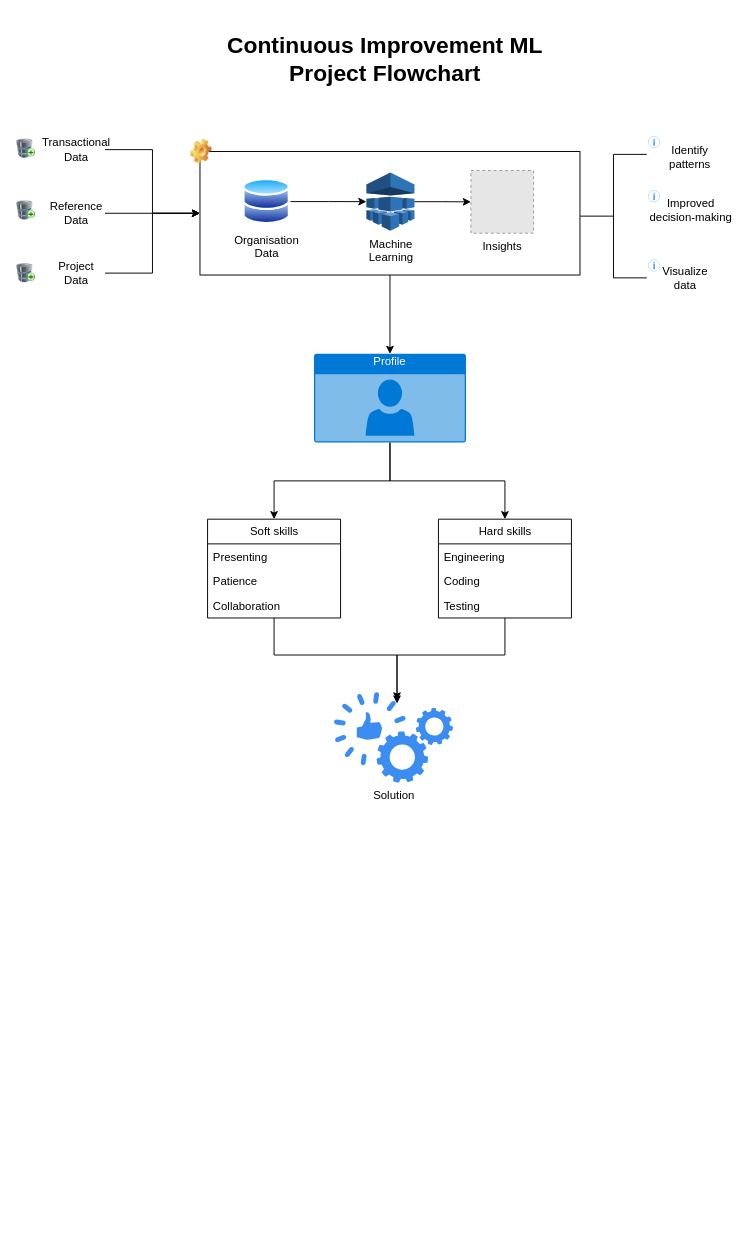
kwame-mintah/notes-md keeps this draw.io diagram as attachments/draw.io/continuous-improvement-ml-project.drawio. Above is the earlier version. Source tidied: cells renumbered, new cells numbered last; positions are measured from the earlier drawing's top-left corner, leaving out a move shared by most shapes. Both pictures are drawn from the tidied source at 95%, with x=0, y=0 at pixel (16, 30). Pictures stored in the file or linked from it are replaced by grey dashed boxes.
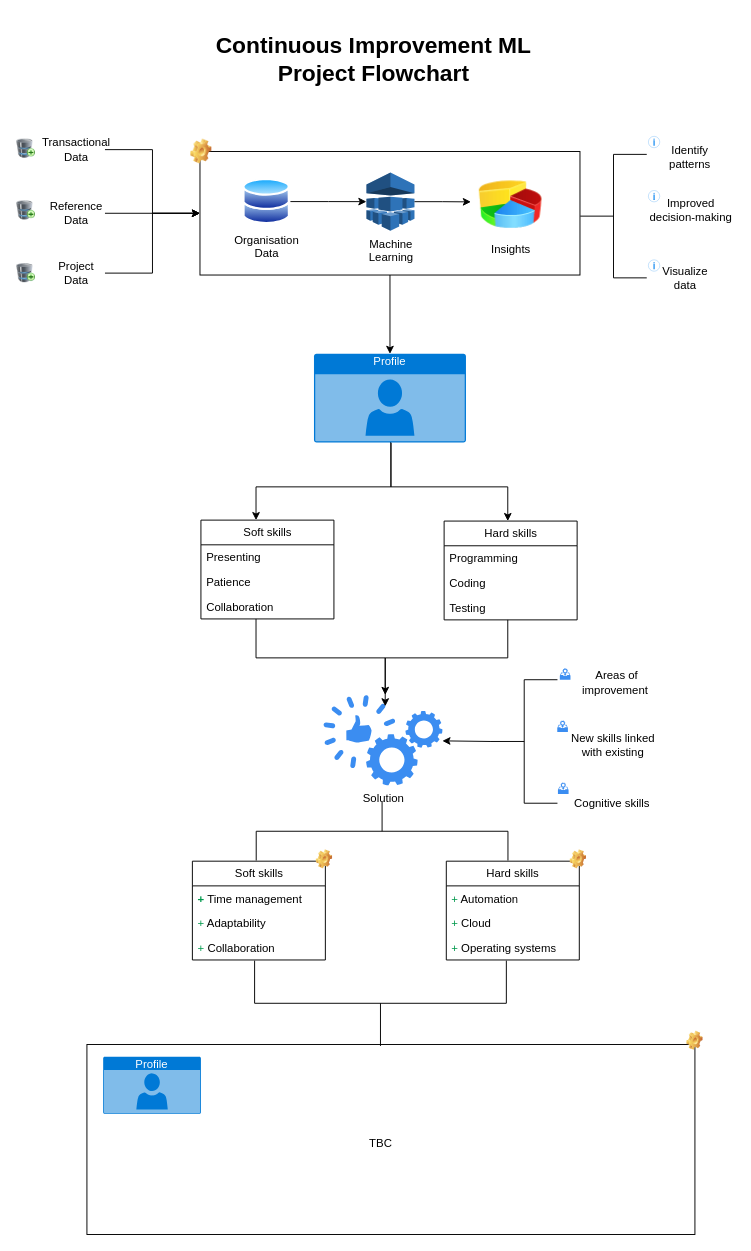
The same diagram, later.

Commit message (it also covers changes not shown here):
docs(attachments): expand further on flowchart for continous improvement idea

Unchanged cells that the change refers to:
```xml
<mxCell id="6" value="Profile" style="html=1;whiteSpace=wrap;strokeColor=none;fillColor=#0079D6;labelPosition=center;verticalLabelPosition=middle;verticalAlign=top;align=center;fontSize=12;outlineConnect=0;spacingTop=-6;fontColor=#FFFFFF;sketch=0;shape=mxgraph.sitemap.profile;" parent="1" vertex="1">
  <mxGeometry x="313" y="340" width="160" height="93.3" as="geometry" />
</mxCell>
<mxCell id="37" value="Machine&lt;br&gt;Learning" style="outlineConnect=0;dashed=0;verticalLabelPosition=bottom;verticalAlign=top;align=center;html=1;shape=mxgraph.aws3.machine_learning;fillColor=#2E73B8;gradientColor=none;" parent="1" vertex="1">
  <mxGeometry x="368.2" y="149" width="50.6" height="61.5" as="geometry" />
</mxCell>
```

Diff of the diagram source:
```diff
@@
     <mxCell id="3" value="&lt;h1&gt;Continuous Improvement ML Project Flowchart&lt;/h1&gt;" style="text;html=1;strokeColor=none;fillColor=none;align=center;verticalAlign=middle;whiteSpace=wrap;rounded=0;" parent="1" vertex="1">
-      <mxGeometry x="183.3" width="410" height="60" as="geometry" />
+      <mxGeometry x="171.3" width="410" height="60" as="geometry" />
     </mxCell>
     <mxCell id="4" style="edgeStyle=orthogonalEdgeStyle;rounded=0;jettySize=auto;html=1;" parent="1" edge="1" source="6" target="14">
-      <mxGeometry relative="1" as="geometry" />
+      <mxGeometry relative="1" as="geometry">
+        <Array as="points">
+          <mxPoint x="394" y="480" />
+          <mxPoint x="252" y="480" />
+        </Array>
+      </mxGeometry>
     </mxCell>
     <mxCell id="5" style="edgeStyle=orthogonalEdgeStyle;rounded=0;jettySize=auto;html=1;exitX=0.5;exitY=1;exitDx=0;exitDy=0;exitPerimeter=0;" parent="1" edge="1" source="6" target="18">
-      <mxGeometry relative="1" as="geometry" />
+      <mxGeometry relative="1" as="geometry">
+        <Array as="points">
+          <mxPoint x="394" y="433" />
+          <mxPoint x="394" y="480" />
+          <mxPoint x="517" y="480" />
+        </Array>
+      </mxGeometry>
     </mxCell>
@@
     <mxCell id="14" value="Soft skills" style="swimlane;fontStyle=0;horizontal=1;startSize=26;fillColor=none;html=1;" parent="1" vertex="1">
-      <mxGeometry x="201" y="514" width="140" height="104" as="geometry" />
+      <mxGeometry x="194" y="515" width="140" height="104" as="geometry" />
     </mxCell>
@@
     <mxCell id="18" value="&lt;div&gt;Hard skills&lt;/div&gt;" style="swimlane;fontStyle=0;horizontal=1;startSize=26;fillColor=none;html=1;" parent="1" vertex="1">
-      <mxGeometry x="444" y="514" width="140" height="104" as="geometry" />
+      <mxGeometry x="450" y="516" width="140" height="104" as="geometry" />
     </mxCell>
-    <mxCell id="19" value="Engineering" style="text;strokeColor=none;fillColor=none;align=left;verticalAlign=top;spacingLeft=4;spacingRight=4;overflow=hidden;whiteSpace=wrap;html=1;" parent="18" vertex="1">
+    <mxCell id="19" value="Programming" style="text;strokeColor=none;fillColor=none;align=left;verticalAlign=top;spacingLeft=4;spacingRight=4;overflow=hidden;whiteSpace=wrap;html=1;" parent="18" vertex="1">
       <mxGeometry y="26" width="140" height="26" as="geometry" />
     </mxCell>
@@
     <mxCell id="22" value="Solution" style="sketch=0;html=1;strokeColor=none;shadow=0;fillColor=#3B8DF1;verticalAlign=top;labelPosition=center;verticalLabelPosition=bottom;shape=mxgraph.gcp2.capabilities;" parent="1" vertex="1">
-      <mxGeometry x="334" y="696" width="125.3" height="95.2" as="geometry" />
+      <mxGeometry x="323" y="699" width="125.3" height="95.2" as="geometry" />
     </mxCell>
-    <mxCell id="23" style="edgeStyle=orthogonalEdgeStyle;rounded=0;jettySize=auto;html=1;entryX=0.53;entryY=0.092;entryDx=0;entryDy=0;entryPerimeter=0;" parent="1" edge="1" source="14" target="22">
-      <mxGeometry relative="1" as="geometry" />
+    <mxCell id="23" style="edgeStyle=orthogonalEdgeStyle;rounded=0;jettySize=auto;html=1;" parent="1" edge="1" source="14" target="22">
+      <mxGeometry relative="1" as="geometry">
+        <Array as="points">
+          <mxPoint x="252" y="660" />
+          <mxPoint x="388" y="660" />
+        </Array>
+      </mxGeometry>
     </mxCell>
-    <mxCell id="24" style="edgeStyle=orthogonalEdgeStyle;rounded=0;jettySize=auto;html=1;entryX=0.53;entryY=0.127;entryDx=0;entryDy=0;entryPerimeter=0;" parent="1" edge="1" source="18" target="22">
-      <mxGeometry relative="1" as="geometry" />
+    <mxCell id="24" style="edgeStyle=orthogonalEdgeStyle;rounded=0;jettySize=auto;html=1;" parent="1" edge="1" source="18">
+      <mxGeometry relative="1" as="geometry">
+        <mxPoint x="388" y="711" as="targetPoint" />
+        <Array as="points">
+          <mxPoint x="517" y="660" />
+          <mxPoint x="388" y="660" />
+        </Array>
+      </mxGeometry>
     </mxCell>
@@
+    <mxCell id="40" style="edgeStyle=orthogonalEdgeStyle;rounded=0;jettySize=auto;html=1;entryX=0;entryY=0.5;entryDx=0;entryDy=0;" parent="1" edge="1" source="37">
+      <mxGeometry relative="1" as="geometry">
+        <mxPoint x="478.2" y="180" as="targetPoint" />
+      </mxGeometry>
+    </mxCell>
+    <mxCell id="41" value="Soft skills" style="swimlane;fontStyle=0;horizontal=1;startSize=26;fillColor=none;html=1;" parent="1" vertex="1">
+      <mxGeometry x="185" y="874" width="140" height="104" as="geometry" />
+    </mxCell>
+    <mxCell id="42" value="&lt;font color=&quot;#00994d&quot;&gt;&lt;b&gt;+&lt;/b&gt;&lt;/font&gt; Time management" style="text;strokeColor=none;fillColor=none;align=left;verticalAlign=top;spacingLeft=4;spacingRight=4;overflow=hidden;whiteSpace=wrap;html=1;" parent="41" vertex="1">
+      <mxGeometry y="26" width="140" height="26" as="geometry" />
+    </mxCell>
+    <mxCell id="43" value="&lt;font color=&quot;#00994d&quot;&gt;+&lt;/font&gt; Adaptability" style="text;strokeColor=none;fillColor=none;align=left;verticalAlign=top;spacingLeft=4;spacingRight=4;overflow=hidden;whiteSpace=wrap;html=1;" parent="41" vertex="1">
+      <mxGeometry y="52" width="140" height="26" as="geometry" />
+    </mxCell>
+    <mxCell id="44" value="&lt;font color=&quot;#00994d&quot;&gt;+&lt;/font&gt; Collaboration" style="text;strokeColor=none;fillColor=none;align=left;verticalAlign=top;spacingLeft=4;spacingRight=4;overflow=hidden;whiteSpace=wrap;html=1;" parent="41" vertex="1">
+      <mxGeometry y="78" width="140" height="26" as="geometry" />
+    </mxCell>
+    <mxCell id="45" value="&lt;div&gt;Hard skills&lt;/div&gt;" style="swimlane;fontStyle=0;horizontal=1;startSize=26;fillColor=none;html=1;" parent="1" vertex="1">
+      <mxGeometry x="452.3" y="874" width="140" height="104" as="geometry" />
+    </mxCell>
+    <mxCell id="46" value="&lt;font color=&quot;#00994d&quot;&gt;+&lt;/font&gt; Automation" style="text;strokeColor=none;fillColor=none;align=left;verticalAlign=top;spacingLeft=4;spacingRight=4;overflow=hidden;whiteSpace=wrap;html=1;" parent="45" vertex="1">
+      <mxGeometry y="26" width="140" height="26" as="geometry" />
+    </mxCell>
+    <mxCell id="47" value="&lt;font color=&quot;#00994d&quot;&gt;+&lt;/font&gt; Cloud" style="text;strokeColor=none;fillColor=none;align=left;verticalAlign=top;spacingLeft=4;spacingRight=4;overflow=hidden;whiteSpace=wrap;html=1;" parent="45" vertex="1">
+      <mxGeometry y="52" width="140" height="26" as="geometry" />
+    </mxCell>
+    <mxCell id="48" value="&lt;font color=&quot;#00994d&quot;&gt;+&lt;/font&gt; Operating systems" style="text;strokeColor=none;fillColor=none;align=left;verticalAlign=top;spacingLeft=4;spacingRight=4;overflow=hidden;whiteSpace=wrap;html=1;" parent="45" vertex="1">
+      <mxGeometry y="78" width="140" height="26" as="geometry" />
+    </mxCell>
+    <mxCell id="49" style="strokeWidth=1;html=1;shape=mxgraph.flowchart.annotation_2;align=left;labelPosition=right;rotation=90;" parent="1" vertex="1">
+      <mxGeometry x="353.9" y="710" width="61.6" height="265" as="geometry" />
+    </mxCell>
+    <mxCell id="50" style="image;html=1;image=img/lib/clip_art/general/Gear_128x128.png;strokeWidth=1;" parent="1" vertex="1">
+      <mxGeometry x="581.3" y="862" width="20" height="20" as="geometry" />
+    </mxCell>
+    <mxCell id="51" style="image;html=1;image=img/lib/clip_art/general/Gear_128x128.png;strokeWidth=1;" parent="1" vertex="1">
+      <mxGeometry x="314" y="862" width="20" height="20" as="geometry" />
+    </mxCell>
-    <mxCell id="39" value="Insights" style="fillColor=#E6E6E6;strokeColor=#999999;dashed=1;html=1;verticalAlign=top;verticalLabelPosition=bottom;labelBackgroundColor=none;" parent="1" vertex="1">
-      <mxGeometry x="478.2" y="147" width="66" height="66" as="geometry" />
+    <mxCell id="39" value="&lt;font color=&quot;#000000&quot;&gt;Insights&lt;/font&gt;" style="image;html=1;image=img/lib/clip_art/finance/Pie_Chart_128x128.png;strokeWidth=1;fontColor=#00994D;" parent="1" vertex="1">
+      <mxGeometry x="487" y="149.8" width="66" height="66" as="geometry" />
     </mxCell>
-    <mxCell id="40" style="edgeStyle=orthogonalEdgeStyle;rounded=0;jettySize=auto;html=1;entryX=0;entryY=0.5;entryDx=0;entryDy=0;" parent="1" edge="1" source="37" target="39">
-      <mxGeometry relative="1" as="geometry" />
-    </mxCell>
+    <mxCell id="52" style="strokeWidth=1;html=1;shape=mxgraph.flowchart.annotation_2;align=left;labelPosition=right;rotation=270;" parent="1" vertex="1">
+      <mxGeometry x="338.1" y="891.1" width="89.8" height="265" as="geometry" />
+    </mxCell>
+    <mxCell id="53" style="rounded=0;whiteSpace=wrap;html=1;fillColor=none;" parent="1" vertex="1">
+      <mxGeometry x="74" y="1067" width="640" height="200" as="geometry" />
+    </mxCell>
+    <mxCell id="54" value="Profile" style="html=1;whiteSpace=wrap;strokeColor=none;fillColor=#0079D6;labelPosition=center;verticalLabelPosition=middle;verticalAlign=top;align=center;fontSize=12;spacingTop=-6;fontColor=#FFFFFF;sketch=0;shape=mxgraph.sitemap.profile;" parent="1" vertex="1">
+      <mxGeometry x="91.1" y="1080" width="102.9" height="60" as="geometry" />
+    </mxCell>
+    <mxCell id="55" value="Areas of improvement&amp;nbsp;" style="text;html=1;strokeColor=none;fillColor=none;align=center;verticalAlign=middle;whiteSpace=wrap;rounded=0;" parent="1" vertex="1">
+      <mxGeometry x="585" y="671" width="94" height="30" as="geometry" />
+    </mxCell>
+    <mxCell id="56" value="New skills linked with existing" style="text;html=1;strokeColor=none;fillColor=none;align=center;verticalAlign=middle;whiteSpace=wrap;rounded=0;" parent="1" vertex="1">
+      <mxGeometry x="581.3" y="736.6" width="94" height="30" as="geometry" />
+    </mxCell>
+    <mxCell id="57" value="Cognitive skills" style="text;html=1;strokeColor=none;fillColor=none;align=center;verticalAlign=middle;whiteSpace=wrap;rounded=0;" parent="1" vertex="1">
+      <mxGeometry x="580" y="798" width="94" height="30" as="geometry" />
+    </mxCell>
+    <mxCell id="58" style="edgeStyle=none;html=1;exitX=0;exitY=0.5;exitDx=0;exitDy=0;exitPerimeter=0;entryX=0.999;entryY=0.508;entryDx=0;entryDy=0;entryPerimeter=0;fontColor=#000000;" parent="1" edge="1" source="59" target="22">
+      <mxGeometry relative="1" as="geometry" />
+    </mxCell>
+    <mxCell id="59" style="strokeWidth=1;html=1;shape=mxgraph.flowchart.annotation_2;align=left;labelPosition=right;shadow=0;" parent="1" vertex="1">
+      <mxGeometry x="499.3" y="683" width="70" height="130" as="geometry" />
+    </mxCell>
+    <mxCell id="60" style="sketch=0;html=1;strokeColor=none;shadow=0;align=center;verticalAlign=top;fillColor=#3B8DF1;shape=mxgraph.gcp2.data_access;strokeWidth=1;fontColor=#000000;" parent="1" vertex="1">
+      <mxGeometry x="571.8" y="671" width="11.2" height="12" as="geometry" />
+    </mxCell>
+    <mxCell id="61" style="sketch=0;html=1;strokeColor=none;shadow=0;align=center;verticalAlign=top;fillColor=#3B8DF1;shape=mxgraph.gcp2.data_access;strokeWidth=1;fontColor=#000000;" parent="1" vertex="1">
+      <mxGeometry x="569.1" y="726" width="11.2" height="12" as="geometry" />
+    </mxCell>
+    <mxCell id="62" style="sketch=0;html=1;strokeColor=none;shadow=0;align=center;verticalAlign=top;fillColor=#3B8DF1;shape=mxgraph.gcp2.data_access;strokeWidth=1;fontColor=#000000;" parent="1" vertex="1">
+      <mxGeometry x="569.8" y="791.2" width="11.2" height="12" as="geometry" />
+    </mxCell>
+    <mxCell id="63" value="TBC" style="text;html=1;align=center;verticalAlign=middle;strokeColor=none;fillColor=none;fontColor=#000000;" parent="1" vertex="1">
+      <mxGeometry x="358" y="1156.1" width="50" height="30" as="geometry" />
+    </mxCell>
+    <mxCell id="64" style="image;html=1;image=img/lib/clip_art/general/Gear_128x128.png;strokeWidth=1;" parent="1" vertex="1">
+      <mxGeometry x="704" y="1053" width="20" height="20" as="geometry" />
+    </mxCell>
```
